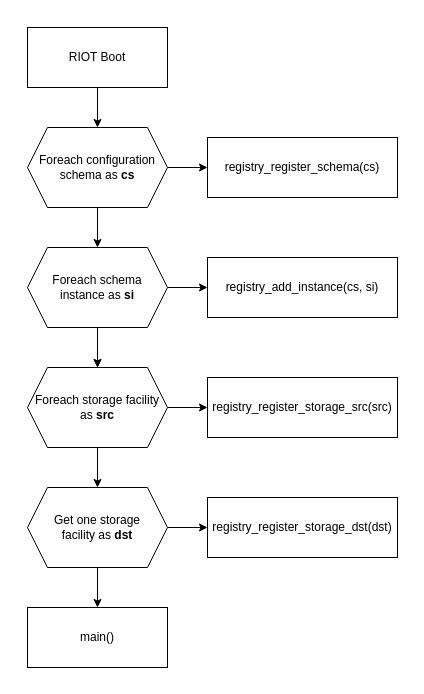
This is doc/drawio/flow/boot_flow.drawio from LasseRosenow/riot-runtime-config, a draw.io file, before an edit. Source tidied: cells renumbered, new cells numbered last; positions are measured from the earlier drawing's top-left corner, leaving out a move shared by most shapes. Both pictures are drawn from the tidied source at 100%, with x=0, y=0 at pixel (17, 17).
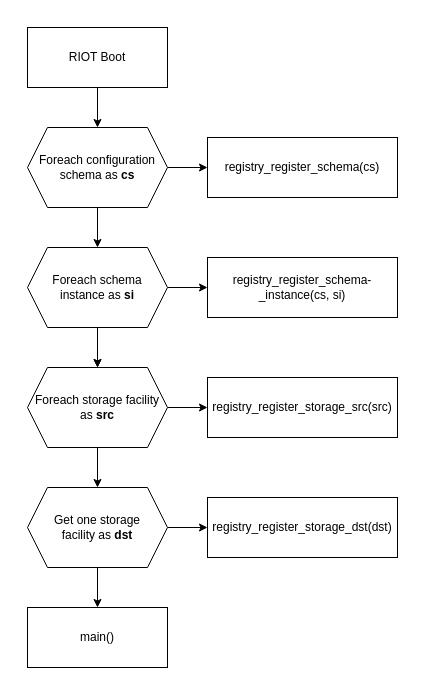
Above is the later version.

The edit, as a diff of the source:
```diff
@@
-    <mxCell id="22" value="registry_add_instance(cs, si)" style="rounded=0;whiteSpace=wrap;html=1;" parent="1" vertex="1">
+    <mxCell id="22" value="registry_register_schema-&lt;br&gt;_instance(cs, si)" style="rounded=0;whiteSpace=wrap;html=1;" parent="1" vertex="1">
       <mxGeometry x="190" y="240" width="190" height="60" as="geometry" />
     </mxCell>
```
